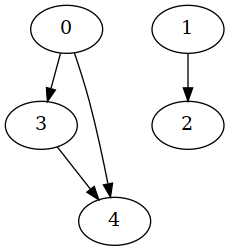
Earlier version of the Graphviz export routing_graph.png (XushengLuo92/Hierarchical-LTL). Its source is kept beside it as routing_graph.dot.
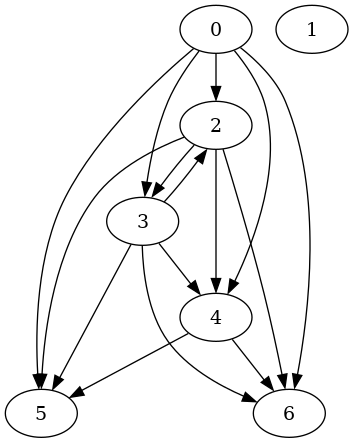
After the commit.

The edit, as a diff of the source:
```diff
@@ -1,12 +1,25 @@
 strict digraph "" {
 	graph [type=routing_graph];
 	0	[location_type_component_task_element="['r1', 1, 1, -1]"];
-	3	[location_type_component_task_element="['p2', 1, 1, 'p100', 1]"];
+	2	[location_type_component_task_element="['p4', 1, 1, 'p100', 1]"];
+	0 -> 2	[weight=10];
+	3	[location_type_component_task_element="['p2', 1, 1, 'p100', 2]"];
 	0 -> 3	[weight=10];
-	4	[location_type_component_task_element="['p4', 1, 1, 'p100', 2]"];
+	4	[location_type_component_task_element="['p3', 1, 1, 'p200', 1]"];
 	0 -> 4	[weight=10];
+	5	[location_type_component_task_element="['p5', 1, 1, 'p200', 2]"];
+	0 -> 5	[weight=10];
+	6	[location_type_component_task_element="['p1', 1, 1, 'p200', 2]"];
+	0 -> 6	[weight=10];
 	1	[location_type_component_task_element="['r2', 2, 1, -1]"];
-	2	[location_type_component_task_element="['p1', 2, 1, 'p0', 2]"];
-	1 -> 2	[weight=10];
-	3 -> 4	[weight=1];
+	2 -> 3	[weight=1];
+	2 -> 4	[weight=10];
+	2 -> 5	[weight=10];
+	2 -> 6	[weight=10];
+	3 -> 2	[weight=1];
+	3 -> 4	[weight=10];
+	3 -> 5	[weight=10];
+	3 -> 6	[weight=10];
+	4 -> 5	[weight=1];
+	4 -> 6	[weight=1];
 }
```
